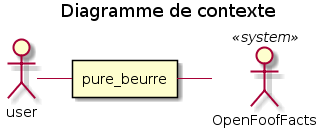
Before: doc/img/00_context.png, a diagram exported from PlantUML (Zepmanbc/oc_dapython_pr8).
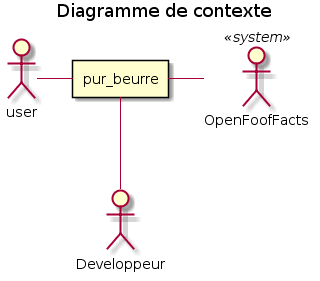
The same file after the commit.

Change to the diagram source:
```diff
@@ -1,12 +1,15 @@
 @startuml 00_context
 title Diagramme de contexte
 
-rectangle pure_beurre
+rectangle pur_beurre
 actor user
 actor OpenFoofFacts <<system>>
+actor Developpeur
 
-user - pure_beurre
-pure_beurre - OpenFoofFacts
+user - pur_beurre
+pur_beurre - OpenFoofFacts
+pur_beurre -- Developpeur
+
 
 
 @enduml
```
